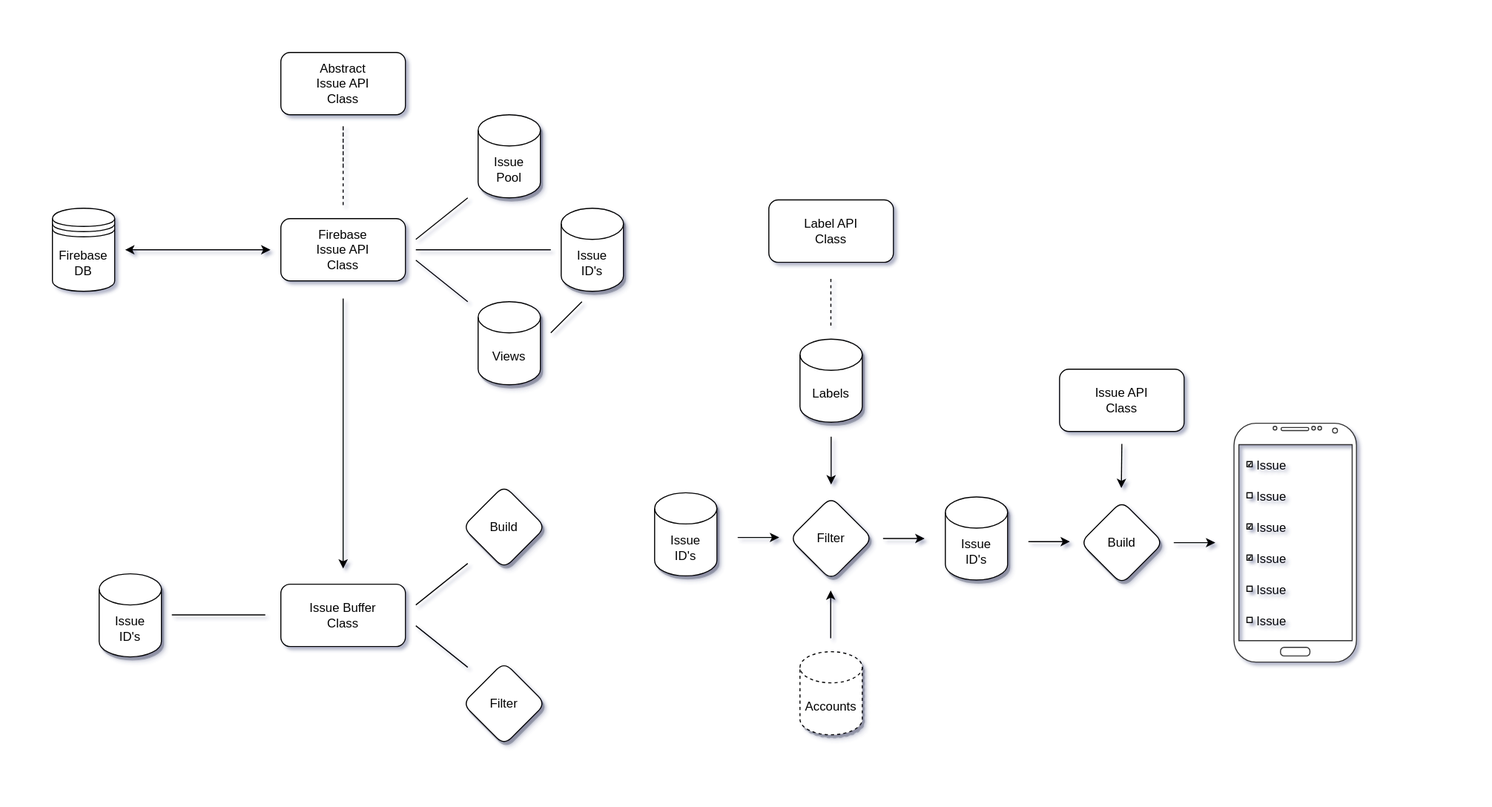
Above: prototyping/Overview.svg in julilili42/ViewBoard (draw.io), before the change. Source tidied: cells renumbered, new cells last; positions are measured from the earlier drawing's top-left corner, leaving out a move shared by most shapes. Source of this version:
```xml
<mxGraphModel shadow="1">
  <root>
    <mxCell id="0" />
    <mxCell id="1" parent="0" />
    <mxCell id="2" style="rounded=0;orthogonalLoop=1;jettySize=auto;html=1;elbow=vertical;dashed=1;endArrow=none;endFill=0;" parent="1" edge="1">
      <mxGeometry relative="1" as="geometry">
        <mxPoint x="280" y="110" as="sourcePoint" />
        <mxPoint x="280" y="150" as="targetPoint" />
        <Array as="points">
          <mxPoint x="280" y="70" />
        </Array>
      </mxGeometry>
    </mxCell>
    <mxCell id="3" value="Abstract&lt;br&gt;Issue API&lt;br&gt;Class" style="rounded=1;whiteSpace=wrap;html=1;strokeWidth=1;" parent="1" vertex="1">
      <mxGeometry x="220" width="120" height="60" as="geometry" />
    </mxCell>
    <mxCell id="4" style="edgeStyle=none;rounded=0;orthogonalLoop=1;jettySize=auto;html=1;fontSize=12;fontColor=#000000;startArrow=none;startFill=0;endArrow=classic;endFill=1;elbow=vertical;" parent="1" edge="1">
      <mxGeometry relative="1" as="geometry">
        <mxPoint x="280" y="237" as="sourcePoint" />
        <mxPoint x="280" y="497" as="targetPoint" />
      </mxGeometry>
    </mxCell>
    <mxCell id="5" value="Firebase&lt;br&gt;Issue API&lt;br&gt;Class" style="rounded=1;whiteSpace=wrap;html=1;strokeWidth=1;" parent="1" vertex="1">
      <mxGeometry x="220" y="160" width="120" height="60" as="geometry" />
    </mxCell>
    <mxCell id="6" style="rounded=0;orthogonalLoop=1;jettySize=auto;html=1;elbow=vertical;endArrow=classic;endFill=1;startArrow=classic;startFill=1;" parent="1" edge="1">
      <mxGeometry relative="1" as="geometry">
        <mxPoint x="70" y="190" as="sourcePoint" />
        <mxPoint x="210" y="190" as="targetPoint" />
      </mxGeometry>
    </mxCell>
    <mxCell id="7" value="Firebase&lt;br&gt;DB" style="shape=datastore;whiteSpace=wrap;html=1;strokeWidth=1;" parent="1" vertex="1">
      <mxGeometry y="150" width="60" height="80" as="geometry" />
    </mxCell>
    <mxCell id="8" style="verticalLabelPosition=bottom;verticalAlign=top;html=1;shadow=0;dashed=0;strokeWidth=1;shape=mxgraph.android.phone2;strokeColor=#333333;rounded=1;glass=0;fontSize=12;fontColor=#000000;" parent="1" vertex="1">
      <mxGeometry x="1138" y="357" width="118" height="230" as="geometry" />
    </mxCell>
    <mxCell id="9" value="Issue" style="strokeColor=inherit;fillColor=inherit;gradientColor=inherit;shape=transparent;align=left;spacingLeft=10;fontSize=12;fontColor=#000000;rounded=1;shadow=1;glass=0;strokeWidth=1;" parent="1" vertex="1">
      <mxGeometry x="1148" y="502" width="180" height="30" as="geometry" />
    </mxCell>
    <mxCell id="10" style="strokeColor=inherit;fillColor=inherit;gradientColor=inherit;shape=transparent;rounded=1;shadow=1;glass=0;strokeWidth=1;fontSize=12;" parent="9" vertex="1">
      <mxGeometry y="14.4" as="geometry" />
    </mxCell>
    <mxCell id="11" style="strokeColor=inherit;fillColor=inherit;gradientColor=inherit;strokeWidth=1;html=1;shadow=0;dashed=0;shape=mxgraph.android.rrect;rSize=0;rounded=1;glass=0;fontSize=12;" parent="10" vertex="1">
      <mxGeometry x="2.5" y="-2.5" width="5" height="5" as="geometry" />
    </mxCell>
    <mxCell id="12" value="Issue" style="strokeColor=inherit;fillColor=inherit;gradientColor=inherit;shape=transparent;align=left;spacingLeft=10;fontSize=12;fontColor=#000000;rounded=1;shadow=1;glass=0;strokeWidth=1;" parent="1" vertex="1">
      <mxGeometry x="1148" y="532" width="180" height="30" as="geometry" />
    </mxCell>
    <mxCell id="13" style="strokeColor=inherit;fillColor=inherit;gradientColor=inherit;shape=transparent;rounded=1;shadow=1;glass=0;strokeWidth=1;fontSize=12;" parent="12" vertex="1">
      <mxGeometry y="14.4" as="geometry" />
    </mxCell>
    <mxCell id="14" style="strokeColor=inherit;fillColor=inherit;gradientColor=inherit;strokeWidth=1;html=1;shadow=0;dashed=0;shape=mxgraph.android.rrect;rSize=0;rounded=1;glass=0;fontSize=12;" parent="13" vertex="1">
      <mxGeometry x="2.5" y="-2.5" width="5" height="5" as="geometry" />
    </mxCell>
    <mxCell id="15" value="Issue" style="strokeColor=inherit;fillColor=inherit;gradientColor=inherit;shape=transparent;align=left;spacingLeft=10;fontSize=12;fontColor=#000000;rounded=1;shadow=1;glass=0;strokeWidth=1;" parent="1" vertex="1">
      <mxGeometry x="1148" y="472" width="180" height="30" as="geometry" />
    </mxCell>
    <mxCell id="16" style="strokeColor=inherit;fillColor=inherit;gradientColor=inherit;shape=transparent;rounded=1;shadow=1;glass=0;strokeWidth=1;fontSize=12;" parent="15" vertex="1">
      <mxGeometry y="14.4" as="geometry" />
    </mxCell>
    <mxCell id="17" style="strokeColor=inherit;fillColor=inherit;gradientColor=inherit;strokeWidth=1;html=1;shadow=0;dashed=0;shape=mxgraph.android.checkbox;rSize=0;rounded=1;glass=0;fontSize=12;" parent="16" vertex="1">
      <mxGeometry x="2.5" y="-2.5" width="5" height="5" as="geometry" />
    </mxCell>
    <mxCell id="18" value="Issue" style="strokeColor=inherit;fillColor=inherit;gradientColor=inherit;shape=transparent;align=left;spacingLeft=10;fontSize=12;fontColor=#000000;rounded=1;shadow=1;glass=0;strokeWidth=1;" parent="1" vertex="1">
      <mxGeometry x="1148" y="442" width="180" height="30" as="geometry" />
    </mxCell>
    <mxCell id="19" style="strokeColor=inherit;fillColor=inherit;gradientColor=inherit;shape=transparent;rounded=1;shadow=1;glass=0;strokeWidth=1;fontSize=12;" parent="18" vertex="1">
      <mxGeometry y="14.4" as="geometry" />
    </mxCell>
    <mxCell id="20" style="strokeColor=inherit;fillColor=inherit;gradientColor=inherit;strokeWidth=1;html=1;shadow=0;dashed=0;shape=mxgraph.android.checkbox;rSize=0;rounded=1;glass=0;fontSize=12;" parent="19" vertex="1">
      <mxGeometry x="2.5" y="-2.5" width="5" height="5" as="geometry" />
    </mxCell>
    <mxCell id="21" value="Issue" style="strokeColor=inherit;fillColor=inherit;gradientColor=inherit;shape=transparent;align=left;spacingLeft=10;fontSize=12;fontColor=#000000;rounded=1;shadow=1;glass=0;strokeWidth=1;" parent="1" vertex="1">
      <mxGeometry x="1148" y="412" width="180" height="30" as="geometry" />
    </mxCell>
    <mxCell id="22" style="strokeColor=inherit;fillColor=inherit;gradientColor=inherit;shape=transparent;rounded=1;shadow=1;glass=0;strokeWidth=1;fontSize=12;" parent="21" vertex="1">
      <mxGeometry y="14.4" as="geometry" />
    </mxCell>
    <mxCell id="23" style="strokeColor=inherit;fillColor=inherit;gradientColor=inherit;strokeWidth=1;html=1;shadow=0;dashed=0;shape=mxgraph.android.rrect;rSize=0;rounded=1;glass=0;fontSize=12;" parent="22" vertex="1">
      <mxGeometry x="2.5" y="-2.5" width="5" height="5" as="geometry" />
    </mxCell>
    <mxCell id="24" value="Issue" style="strokeColor=inherit;fillColor=inherit;gradientColor=inherit;shape=transparent;align=left;spacingLeft=10;fontSize=12;fontColor=#000000;rounded=1;shadow=1;glass=0;strokeWidth=1;" parent="1" vertex="1">
      <mxGeometry x="1148" y="382" width="180" height="30" as="geometry" />
    </mxCell>
    <mxCell id="25" style="strokeColor=inherit;fillColor=inherit;gradientColor=inherit;shape=transparent;rounded=1;shadow=1;glass=0;strokeWidth=1;fontSize=12;" parent="24" vertex="1">
      <mxGeometry y="14.4" as="geometry" />
    </mxCell>
    <mxCell id="26" style="strokeColor=inherit;fillColor=inherit;gradientColor=inherit;strokeWidth=1;html=1;shadow=0;dashed=0;shape=mxgraph.android.checkbox;rSize=0;rounded=1;glass=0;fontSize=12;" parent="25" vertex="1">
      <mxGeometry x="2.5" y="-2.5" width="5" height="5" as="geometry" />
    </mxCell>
    <mxCell id="27" value="Build" style="rhombus;whiteSpace=wrap;html=1;rounded=1;shadow=1;glass=0;strokeWidth=1;fontSize=12;fontColor=#000000;" parent="1" vertex="1">
      <mxGeometry x="990" y="432" width="80" height="80" as="geometry" />
    </mxCell>
    <mxCell id="28" style="edgeStyle=none;rounded=0;orthogonalLoop=1;jettySize=auto;html=1;fontSize=12;fontColor=#000000;startArrow=none;startFill=0;endArrow=classic;endFill=1;elbow=vertical;" parent="1" edge="1">
      <mxGeometry relative="1" as="geometry">
        <mxPoint x="1080" y="472" as="sourcePoint" />
        <mxPoint x="1120" y="472" as="targetPoint" />
      </mxGeometry>
    </mxCell>
    <mxCell id="29" style="edgeStyle=none;rounded=0;orthogonalLoop=1;jettySize=auto;html=1;fontSize=12;fontColor=#000000;startArrow=none;startFill=0;endArrow=classic;endFill=1;elbow=vertical;" parent="1" edge="1">
      <mxGeometry relative="1" as="geometry">
        <mxPoint x="1030" y="377" as="sourcePoint" />
        <mxPoint x="1029.5" y="419.5" as="targetPoint" />
      </mxGeometry>
    </mxCell>
    <mxCell id="30" value="Issue&lt;br&gt;Pool" style="shape=cylinder3;whiteSpace=wrap;html=1;boundedLbl=1;backgroundOutline=1;size=15;rounded=1;shadow=1;glass=0;strokeWidth=1;fontSize=12;fontColor=#000000;" parent="1" vertex="1">
      <mxGeometry x="410" y="60" width="60" height="80" as="geometry" />
    </mxCell>
    <mxCell id="31" value="Issue&lt;br&gt;ID's" style="shape=cylinder3;whiteSpace=wrap;html=1;boundedLbl=1;backgroundOutline=1;size=15;rounded=1;shadow=1;glass=0;strokeWidth=1;fontSize=12;fontColor=#000000;" parent="1" vertex="1">
      <mxGeometry x="490" y="150" width="60" height="80" as="geometry" />
    </mxCell>
    <mxCell id="32" value="Views" style="shape=cylinder3;whiteSpace=wrap;html=1;boundedLbl=1;backgroundOutline=1;size=15;rounded=1;shadow=1;glass=0;strokeWidth=1;fontSize=12;fontColor=#000000;" parent="1" vertex="1">
      <mxGeometry x="410" y="240" width="60" height="80" as="geometry" />
    </mxCell>
    <mxCell id="33" style="rounded=0;orthogonalLoop=1;jettySize=auto;html=1;elbow=vertical;endArrow=none;endFill=0;startArrow=none;startFill=0;" parent="1" edge="1">
      <mxGeometry relative="1" as="geometry">
        <mxPoint x="350" y="190" as="sourcePoint" />
        <mxPoint x="480" y="190" as="targetPoint" />
      </mxGeometry>
    </mxCell>
    <mxCell id="34" style="rounded=0;orthogonalLoop=1;jettySize=auto;html=1;elbow=vertical;endArrow=none;endFill=0;startArrow=none;startFill=0;" parent="1" edge="1">
      <mxGeometry relative="1" as="geometry">
        <mxPoint x="350" y="180" as="sourcePoint" />
        <mxPoint x="400" y="140" as="targetPoint" />
      </mxGeometry>
    </mxCell>
    <mxCell id="35" style="rounded=0;orthogonalLoop=1;jettySize=auto;html=1;elbow=vertical;endArrow=none;endFill=0;startArrow=none;startFill=0;" parent="1" edge="1">
      <mxGeometry relative="1" as="geometry">
        <mxPoint x="350" y="200" as="sourcePoint" />
        <mxPoint x="400" y="240" as="targetPoint" />
      </mxGeometry>
    </mxCell>
    <mxCell id="36" style="rounded=0;orthogonalLoop=1;jettySize=auto;html=1;elbow=vertical;endArrow=none;endFill=0;startArrow=none;startFill=0;" parent="1" edge="1">
      <mxGeometry relative="1" as="geometry">
        <mxPoint x="480" y="270" as="sourcePoint" />
        <mxPoint x="510" y="240" as="targetPoint" />
      </mxGeometry>
    </mxCell>
    <mxCell id="37" style="rounded=0;orthogonalLoop=1;jettySize=auto;html=1;elbow=vertical;endArrow=none;endFill=0;startArrow=none;startFill=0;" parent="1" edge="1">
      <mxGeometry relative="1" as="geometry">
        <mxPoint x="115" y="541.5" as="sourcePoint" />
        <mxPoint x="205" y="541.5" as="targetPoint" />
      </mxGeometry>
    </mxCell>
    <mxCell id="38" value="Issue API&lt;br&gt;Class" style="rounded=1;whiteSpace=wrap;html=1;strokeWidth=1;" parent="1" vertex="1">
      <mxGeometry x="970" y="305" width="120" height="60" as="geometry" />
    </mxCell>
    <mxCell id="39" value="Build" style="rhombus;whiteSpace=wrap;html=1;rounded=1;shadow=1;glass=0;strokeWidth=1;fontSize=12;fontColor=#000000;" parent="1" vertex="1">
      <mxGeometry x="395" y="417" width="80" height="80" as="geometry" />
    </mxCell>
    <mxCell id="40" value="Filter" style="rhombus;whiteSpace=wrap;html=1;rounded=1;shadow=1;glass=0;strokeWidth=1;fontSize=12;fontColor=#000000;" parent="1" vertex="1">
      <mxGeometry x="395" y="587" width="80" height="80" as="geometry" />
    </mxCell>
    <mxCell id="41" value="Issue Buffer&lt;br&gt;Class" style="rounded=1;whiteSpace=wrap;html=1;strokeWidth=1;" parent="1" vertex="1">
      <mxGeometry x="220" y="512" width="120" height="60" as="geometry" />
    </mxCell>
    <mxCell id="42" style="rounded=0;orthogonalLoop=1;jettySize=auto;html=1;elbow=vertical;endArrow=none;endFill=0;startArrow=none;startFill=0;" parent="1" edge="1">
      <mxGeometry relative="1" as="geometry">
        <mxPoint x="350" y="532" as="sourcePoint" />
        <mxPoint x="400" y="492" as="targetPoint" />
      </mxGeometry>
    </mxCell>
    <mxCell id="43" style="rounded=0;orthogonalLoop=1;jettySize=auto;html=1;elbow=vertical;endArrow=none;endFill=0;startArrow=none;startFill=0;" parent="1" edge="1">
      <mxGeometry relative="1" as="geometry">
        <mxPoint x="350" y="552" as="sourcePoint" />
        <mxPoint x="400" y="592" as="targetPoint" />
      </mxGeometry>
    </mxCell>
    <mxCell id="44" value="Issue&lt;br&gt;ID's" style="shape=cylinder3;whiteSpace=wrap;html=1;boundedLbl=1;backgroundOutline=1;size=15;rounded=1;shadow=1;glass=0;strokeWidth=1;fontSize=12;fontColor=#000000;" parent="1" vertex="1">
      <mxGeometry x="45" y="502" width="60" height="80" as="geometry" />
    </mxCell>
    <mxCell id="45" value="Issue&lt;br&gt;ID's" style="shape=cylinder3;whiteSpace=wrap;html=1;boundedLbl=1;backgroundOutline=1;size=15;rounded=1;shadow=1;glass=0;strokeWidth=1;fontSize=12;fontColor=#000000;" parent="1" vertex="1">
      <mxGeometry x="860" y="428" width="60" height="80" as="geometry" />
    </mxCell>
    <mxCell id="46" style="edgeStyle=none;rounded=0;orthogonalLoop=1;jettySize=auto;html=1;fontSize=12;fontColor=#000000;startArrow=none;startFill=0;endArrow=classic;endFill=1;elbow=vertical;" parent="1" edge="1">
      <mxGeometry relative="1" as="geometry">
        <mxPoint x="940" y="471" as="sourcePoint" />
        <mxPoint x="980" y="471" as="targetPoint" />
      </mxGeometry>
    </mxCell>
    <mxCell id="47" value="Filter" style="rhombus;whiteSpace=wrap;html=1;rounded=1;shadow=1;glass=0;strokeWidth=1;fontSize=12;fontColor=#000000;" parent="1" vertex="1">
      <mxGeometry x="710" y="428" width="80" height="80" as="geometry" />
    </mxCell>
    <mxCell id="48" style="edgeStyle=none;rounded=0;orthogonalLoop=1;jettySize=auto;html=1;fontSize=12;fontColor=#000000;startArrow=none;startFill=0;endArrow=classic;endFill=1;elbow=vertical;" parent="1" edge="1">
      <mxGeometry relative="1" as="geometry">
        <mxPoint x="800" y="468" as="sourcePoint" />
        <mxPoint x="840" y="468" as="targetPoint" />
      </mxGeometry>
    </mxCell>
    <mxCell id="49" style="edgeStyle=none;rounded=0;orthogonalLoop=1;jettySize=auto;html=1;fontSize=12;fontColor=#000000;startArrow=none;startFill=0;endArrow=classic;endFill=1;elbow=vertical;" parent="1" edge="1">
      <mxGeometry relative="1" as="geometry">
        <mxPoint x="750" y="370" as="sourcePoint" />
        <mxPoint x="750" y="416" as="targetPoint" />
      </mxGeometry>
    </mxCell>
    <mxCell id="50" value="Issue&lt;br&gt;ID's" style="shape=cylinder3;whiteSpace=wrap;html=1;boundedLbl=1;backgroundOutline=1;size=15;rounded=1;shadow=1;glass=0;strokeWidth=1;fontSize=12;fontColor=#000000;" parent="1" vertex="1">
      <mxGeometry x="580" y="424" width="60" height="80" as="geometry" />
    </mxCell>
    <mxCell id="51" style="edgeStyle=none;rounded=0;orthogonalLoop=1;jettySize=auto;html=1;fontSize=12;fontColor=#000000;startArrow=none;startFill=0;endArrow=classic;endFill=1;elbow=vertical;" parent="1" edge="1">
      <mxGeometry relative="1" as="geometry">
        <mxPoint x="660" y="467" as="sourcePoint" />
        <mxPoint x="700" y="467" as="targetPoint" />
      </mxGeometry>
    </mxCell>
    <mxCell id="52" value="Labels" style="shape=cylinder3;whiteSpace=wrap;html=1;boundedLbl=1;backgroundOutline=1;size=15;rounded=1;shadow=1;glass=0;strokeWidth=1;fontSize=12;fontColor=#000000;" parent="1" vertex="1">
      <mxGeometry x="720" y="276" width="60" height="80" as="geometry" />
    </mxCell>
    <mxCell id="53" value="Label API&lt;br&gt;Class" style="rounded=1;whiteSpace=wrap;html=1;strokeWidth=1;" parent="1" vertex="1">
      <mxGeometry x="690" y="142" width="120" height="60" as="geometry" />
    </mxCell>
    <mxCell id="54" style="edgeStyle=none;rounded=0;orthogonalLoop=1;jettySize=auto;html=1;fontSize=12;fontColor=#000000;startArrow=none;startFill=0;endArrow=none;endFill=0;elbow=vertical;dashed=1;" parent="1" edge="1">
      <mxGeometry relative="1" as="geometry">
        <mxPoint x="749.8" y="218" as="sourcePoint" />
        <mxPoint x="749.8" y="264" as="targetPoint" />
      </mxGeometry>
    </mxCell>
    <mxCell id="55" value="Accounts" style="shape=cylinder3;whiteSpace=wrap;html=1;boundedLbl=1;backgroundOutline=1;size=15;rounded=1;shadow=1;glass=0;strokeWidth=1;fontSize=12;fontColor=#000000;dashed=1;" parent="1" vertex="1">
      <mxGeometry x="720" y="577" width="60" height="80" as="geometry" />
    </mxCell>
    <mxCell id="56" style="edgeStyle=none;rounded=0;orthogonalLoop=1;jettySize=auto;html=1;fontSize=12;fontColor=#000000;startArrow=classic;startFill=1;endArrow=none;endFill=0;elbow=vertical;" parent="1" edge="1">
      <mxGeometry relative="1" as="geometry">
        <mxPoint x="749.6" y="518" as="sourcePoint" />
        <mxPoint x="749.6" y="564" as="targetPoint" />
      </mxGeometry>
    </mxCell>
  </root>
</mxGraphModel>
```
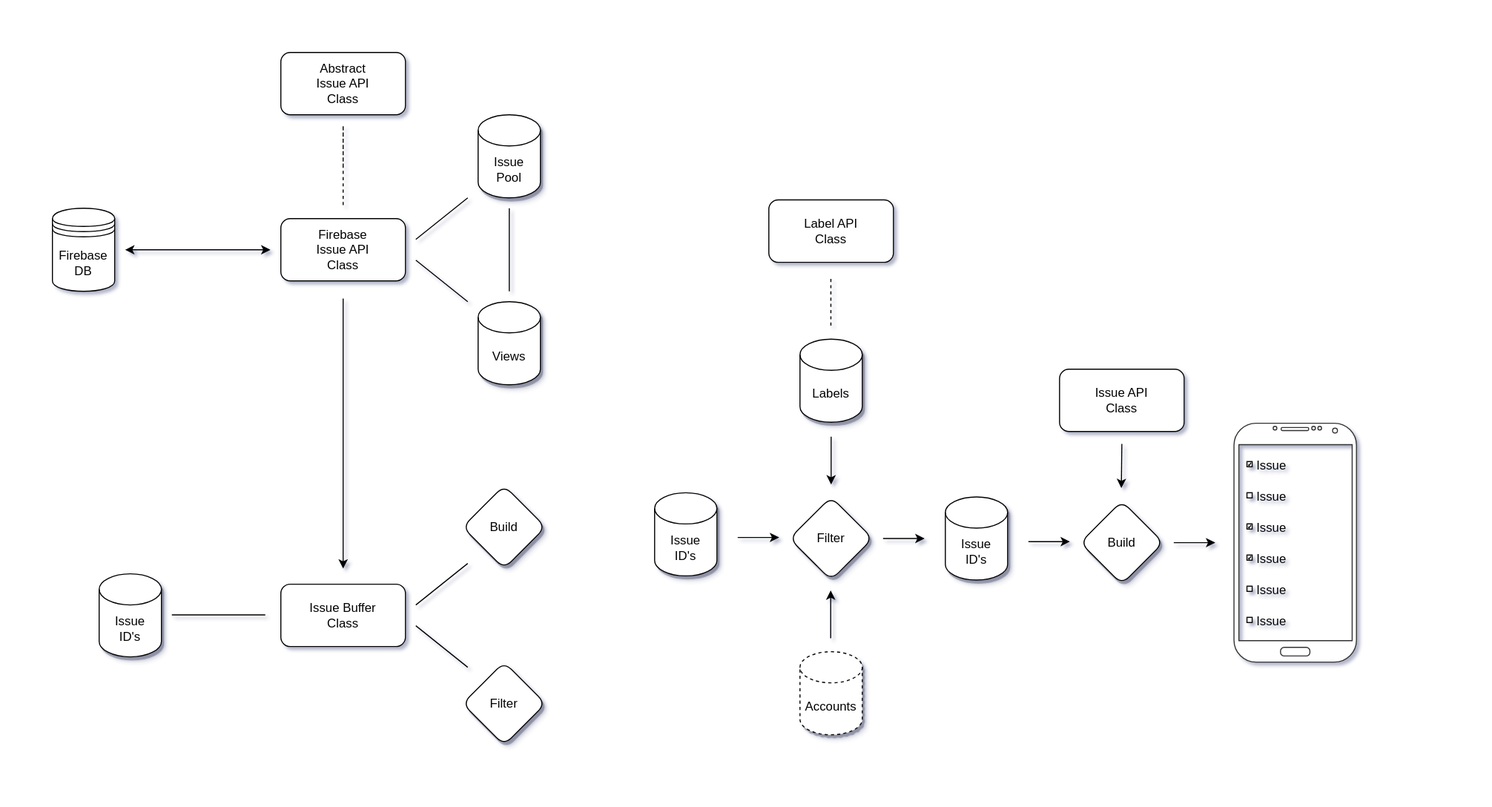
After the change.

Commit message:
[proto] updated overview

Change to the diagram source:
```diff
@@ -107,18 +107,9 @@
     <mxCell id="30" value="Issue&lt;br&gt;Pool" style="shape=cylinder3;whiteSpace=wrap;html=1;boundedLbl=1;backgroundOutline=1;size=15;rounded=1;shadow=1;glass=0;strokeWidth=1;fontSize=12;fontColor=#000000;" parent="1" vertex="1">
       <mxGeometry x="410" y="60" width="60" height="80" as="geometry" />
     </mxCell>
-    <mxCell id="31" value="Issue&lt;br&gt;ID's" style="shape=cylinder3;whiteSpace=wrap;html=1;boundedLbl=1;backgroundOutline=1;size=15;rounded=1;shadow=1;glass=0;strokeWidth=1;fontSize=12;fontColor=#000000;" parent="1" vertex="1">
-      <mxGeometry x="490" y="150" width="60" height="80" as="geometry" />
-    </mxCell>
     <mxCell id="32" value="Views" style="shape=cylinder3;whiteSpace=wrap;html=1;boundedLbl=1;backgroundOutline=1;size=15;rounded=1;shadow=1;glass=0;strokeWidth=1;fontSize=12;fontColor=#000000;" parent="1" vertex="1">
       <mxGeometry x="410" y="240" width="60" height="80" as="geometry" />
     </mxCell>
-    <mxCell id="33" style="rounded=0;orthogonalLoop=1;jettySize=auto;html=1;elbow=vertical;endArrow=none;endFill=0;startArrow=none;startFill=0;" parent="1" edge="1">
-      <mxGeometry relative="1" as="geometry">
-        <mxPoint x="350" y="190" as="sourcePoint" />
-        <mxPoint x="480" y="190" as="targetPoint" />
-      </mxGeometry>
-    </mxCell>
     <mxCell id="34" style="rounded=0;orthogonalLoop=1;jettySize=auto;html=1;elbow=vertical;endArrow=none;endFill=0;startArrow=none;startFill=0;" parent="1" edge="1">
       <mxGeometry relative="1" as="geometry">
         <mxPoint x="350" y="180" as="sourcePoint" />
@@ -133,8 +124,8 @@
     </mxCell>
     <mxCell id="36" style="rounded=0;orthogonalLoop=1;jettySize=auto;html=1;elbow=vertical;endArrow=none;endFill=0;startArrow=none;startFill=0;" parent="1" edge="1">
       <mxGeometry relative="1" as="geometry">
-        <mxPoint x="480" y="270" as="sourcePoint" />
-        <mxPoint x="510" y="240" as="targetPoint" />
+        <mxPoint x="440" y="230" as="sourcePoint" />
+        <mxPoint x="440" y="150" as="targetPoint" />
       </mxGeometry>
     </mxCell>
     <mxCell id="37" style="rounded=0;orthogonalLoop=1;jettySize=auto;html=1;elbow=vertical;endArrow=none;endFill=0;startArrow=none;startFill=0;" parent="1" edge="1">
```
